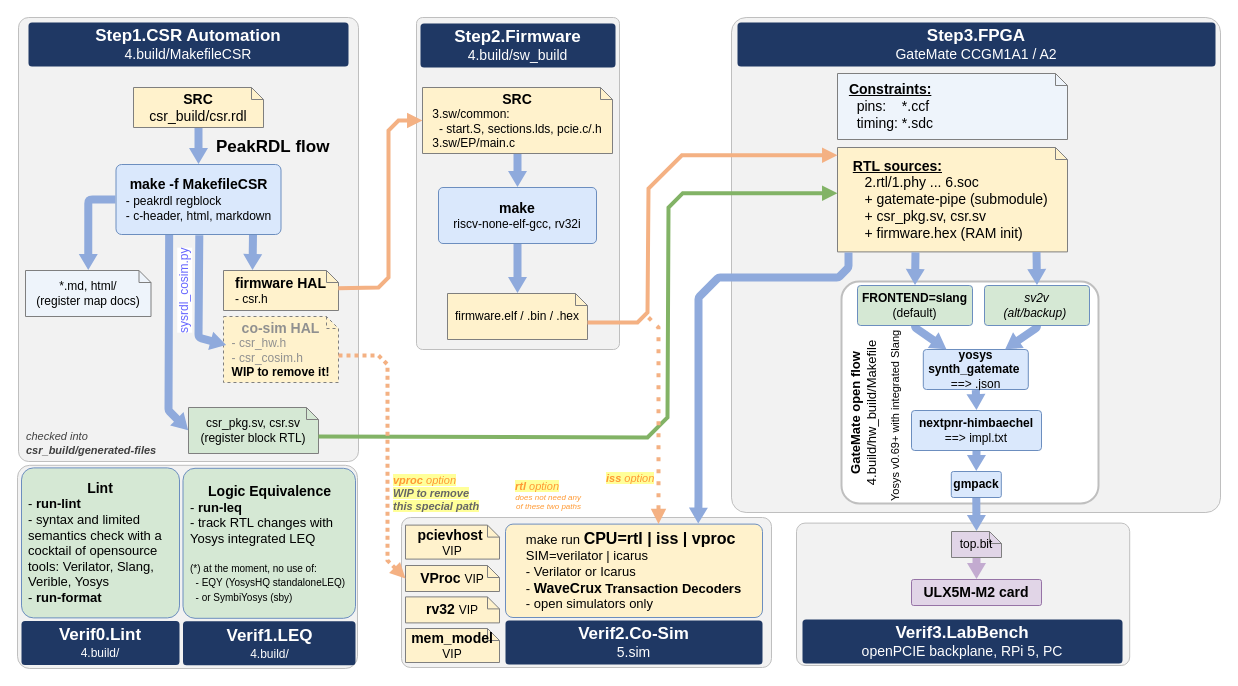
This is 0.doc/4.build/build-flow.drawio from chili-chips-ba/openCologne-PCIE, a draw.io file, before an edit. Source tidied: cells renumbered, new cells numbered last; positions are measured from the earlier drawing's top-left corner, leaving out a move shared by most shapes. Both pictures are drawn from the tidied source at 100%, with x=0, y=0 at pixel (17, 17).
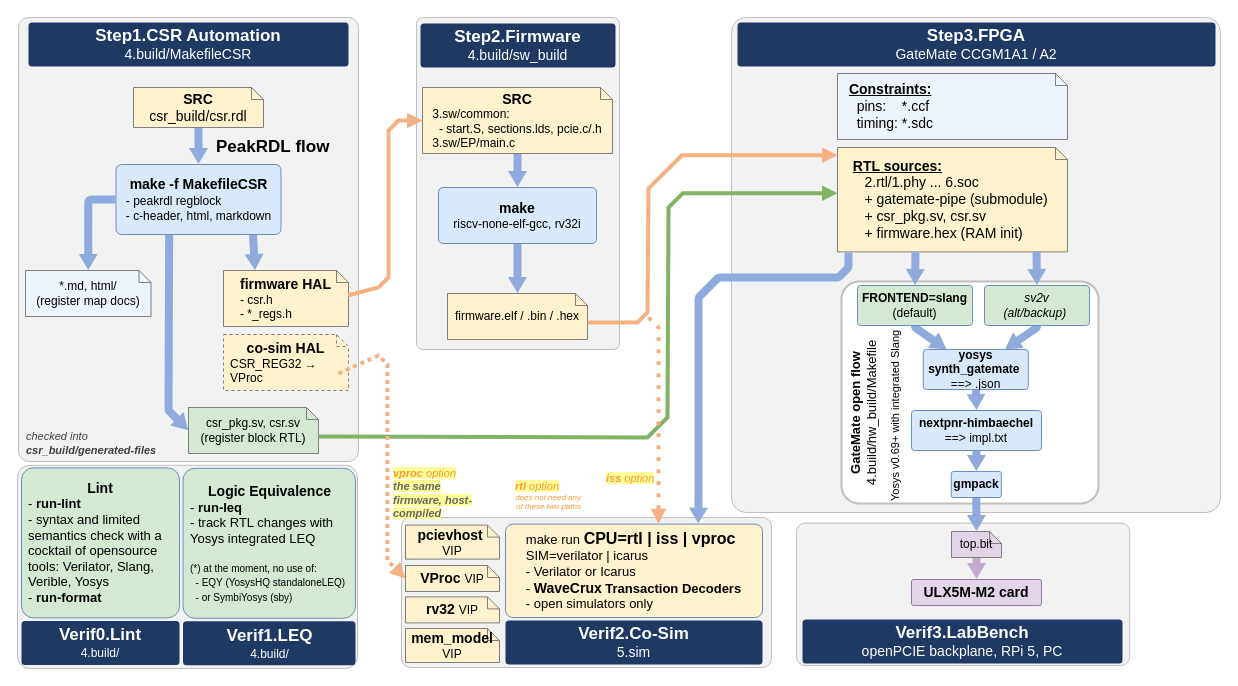
The same diagram, later.

Unchanged cells that the change refers to:
```xml
<mxCell id="7" value="&lt;font style=&quot;font-size: 14px;&quot;&gt;&lt;b style=&quot;&quot;&gt;make -f MakefileCSR&lt;/b&gt;&lt;br&gt;&lt;div style=&quot;text-align: left;&quot;&gt;&lt;span style=&quot;background-color: transparent; color: light-dark(rgb(0, 0, 0), rgb(237, 237, 237)); font-size: 12px;&quot;&gt;- peakrdl regblock&lt;/span&gt;&lt;/div&gt;&lt;/font&gt;&lt;div&gt;&lt;div style=&quot;text-align: left;&quot;&gt;&lt;span style=&quot;background-color: transparent; color: light-dark(rgb(0, 0, 0), rgb(237, 237, 237));&quot;&gt;- c-header, html, markdown&lt;/span&gt;&lt;/div&gt;&lt;/div&gt;" style="rounded=1;whiteSpace=wrap;html=1;arcSize=8;fillColor=#dae8fc;strokeColor=#6c8ebf;fontColor=#000000;fontSize=12;fontStyle=0;align=center;verticalAlign=middle;spacingLeft=6;spacingRight=6;points=[[0,0,1,0,0],[0,0.25,1,0,0],[0,0.5,1,0,0],[0,0.75,1,0,0],[0,1,1,0,0],[0.193939,1,0,0,0],[0.25,0,1,0,0],[0.322222,1,0,0,0],[0.5,0,1,0,0],[0.75,0,1,0,0],[0.830303,1,0,0,0],[1,0,1,0,0],[1,0.25,1,0,0],[1,0.5,1,0,0],[1,0.75,1,0,0],[1,1,1,0,0]];" parent="1" vertex="1">
  <mxGeometry x="98.5" y="147" width="165" height="70" as="geometry" />
</mxCell>
```

What changed in the source:
```diff
@@
-    <mxCell id="10" value="&lt;div&gt;&lt;b style=&quot;background-color: transparent; color: light-dark(rgb(0, 0, 0), rgb(237, 237, 237));&quot;&gt;&lt;font style=&quot;font-size: 14px;&quot;&gt;firmware HAL&lt;/font&gt;&lt;/b&gt;&lt;/div&gt;&lt;div style=&quot;text-align: left;&quot;&gt;&lt;span style=&quot;background-color: transparent; color: light-dark(rgb(0, 0, 0), rgb(237, 237, 237));&quot;&gt;- csr.h&lt;/span&gt;&lt;/div&gt;" style="rounded=0;whiteSpace=wrap;html=1;arcSize=8;fillColor=#fff2cc;strokeColor=#7f7f7f;fontColor=#000000;fontSize=12;fontStyle=0;align=center;verticalAlign=middle;spacingLeft=6;spacingRight=6;shape=note;size=12;points=[[0,0,0,0,0],[0,0,0,103,0],[0,0,0,109,6],[0,0,0,115,12],[0,0.5,0,0,0],[0,1,0,0,0],[0.252174,0,0,0,0],[0.5,0,0,0,0],[0.5,1,0,0,0],[1,0.5,0,0,0],[1,1,0,0,0]];" parent="1" vertex="1">
-      <mxGeometry x="206" y="253" width="115" height="40" as="geometry" />
+    <mxCell id="10" value="&lt;div&gt;&lt;b style=&quot;background-color: transparent; color: light-dark(rgb(0, 0, 0), rgb(237, 237, 237));&quot;&gt;&lt;font style=&quot;font-size: 14px;&quot;&gt;firmware HAL&lt;/font&gt;&lt;/b&gt;&lt;/div&gt;&lt;div style=&quot;text-align: left;&quot;&gt;&lt;span style=&quot;background-color: transparent; color: light-dark(rgb(0, 0, 0), rgb(237, 237, 237));&quot;&gt;- csr.h&lt;/span&gt;&lt;/div&gt;&lt;div style=&quot;text-align: left;&quot;&gt;&lt;span style=&quot;background-color: transparent; color: light-dark(rgb(0, 0, 0), rgb(237, 237, 237));&quot;&gt;- *_regs.h&lt;/span&gt;&lt;/div&gt;" style="rounded=0;whiteSpace=wrap;html=1;arcSize=8;fillColor=#fff2cc;strokeColor=#7f7f7f;fontColor=#000000;fontSize=12;fontStyle=0;align=center;verticalAlign=middle;spacingLeft=6;spacingRight=6;shape=note;size=12;points=[[0,0,0,0,0],[0,0,0,103,0],[0,0,0,109,6],[0,0,0,115,12],[0,0.5,0,0,0],[0,1,0,0,0],[0.252174,0,0,0,0],[0.5,0,0,0,0],[0.5,1,0,0,0],[1,0.5,0,0,0],[1,1,0,0,0]];" parent="1" vertex="1">
+      <mxGeometry x="206" y="253" width="125" height="56" as="geometry" />
     </mxCell>
@@
-    <mxCell id="45" value="&lt;div&gt;&lt;b style=&quot;background-color: transparent;&quot;&gt;&lt;font style=&quot;font-size: 14px; color: light-dark(rgb(144, 144, 144), rgb(237, 237, 237));&quot;&gt;co-sim HAL&lt;/font&gt;&lt;/b&gt;&lt;/div&gt;&lt;div style=&quot;text-align: left;&quot;&gt;&lt;span style=&quot;background-color: transparent; color: light-dark(rgb(144, 144, 144), rgb(237, 237, 237));&quot;&gt;- csr_hw.h&lt;/span&gt;&lt;/div&gt;&lt;div style=&quot;text-align: left;&quot;&gt;&lt;span style=&quot;color: light-dark(rgb(144, 144, 144), rgb(237, 237, 237));&quot;&gt;- csr_cosim.h&lt;/span&gt;&lt;br&gt;&lt;/div&gt;&lt;div style=&quot;text-align: left;&quot;&gt;&lt;b&gt;WIP to remove it!&lt;/b&gt;&lt;/div&gt;" style="rounded=0;whiteSpace=wrap;html=1;arcSize=8;fillColor=#fff2cc;strokeColor=#7f7f7f;fontColor=#000000;fontSize=12;fontStyle=0;align=center;verticalAlign=middle;spacingLeft=6;spacingRight=6;shape=note;size=12;dashed=1;" parent="1" vertex="1">
-      <mxGeometry x="206" y="299" width="115" height="66" as="geometry" />
+    <mxCell id="45" value="&lt;div&gt;&lt;b&gt;&lt;font style=&quot;font-size: 14px;&quot;&gt;co-sim HAL&lt;/font&gt;&lt;/b&gt;&lt;/div&gt;&lt;div style=&quot;text-align: left;&quot;&gt;CSR_REG32 → VProc&lt;/div&gt;" style="rounded=0;whiteSpace=wrap;html=1;arcSize=8;fillColor=#fff2cc;strokeColor=#7f7f7f;fontColor=#000000;fontSize=12;fontStyle=0;align=center;verticalAlign=middle;spacingLeft=6;spacingRight=6;shape=note;size=12;dashed=1;" parent="1" vertex="1">
+      <mxGeometry x="206" y="317" width="125" height="56" as="geometry" />
     </mxCell>
-    <mxCell id="46" style="shape=flexArrow;html=1;endArrow=block;endSize=5;startArrow=none;startSize=5;width=8;endWidth=10;startWidth=10;fillColor=#8faadc;strokeColor=none;fontColor=#ffffff;fontSize=13;fontStyle=1;exitX=0.505;exitY=1.003;exitDx=0;exitDy=0;entryX=0.027;entryY=0.435;entryDx=0;entryDy=0;entryPerimeter=0;exitPerimeter=0;" parent="1" edge="1" source="7" target="45">
-      <mxGeometry x="-0.33" relative="1" as="geometry">
-        <Array as="points">
-          <mxPoint x="181" y="320" />
-        </Array>
-      </mxGeometry>
-    </mxCell>
-    <mxCell id="47" value="&lt;div&gt;&lt;span style=&quot;font-size: 12px; text-align: left; white-space: normal; color: light-dark(rgb(102, 102, 255), rgb(255, 255, 255));&quot;&gt;sysrdl_cosim.py&lt;/span&gt;&lt;/div&gt;" style="edgeLabel;html=1;align=center;verticalAlign=middle;rotation=-90;" parent="46" vertex="1">
-      <mxGeometry x="-0.37" y="1" relative="1" as="geometry">
-        <mxPoint x="-16" y="15" as="offset" />
-      </mxGeometry>
-    </mxCell>
@@
-    <mxCell id="51" value="&lt;span style=&quot;background-color: rgb(255, 255, 153);&quot;&gt;&lt;b&gt;vproc&lt;/b&gt; option&lt;/span&gt;&lt;div&gt;&lt;span style=&quot;background-color: rgb(255, 255, 153); color: rgb(102, 102, 102);&quot;&gt;&lt;b&gt;WIP to remove this special path&lt;/b&gt;&lt;/span&gt;&lt;/div&gt;" style="rounded=0;whiteSpace=wrap;html=1;arcSize=8;fillColor=none;strokeColor=none;fontColor=#FF9933;fontSize=11;fontStyle=2;align=left;verticalAlign=middle;spacingLeft=6;spacingRight=6;" parent="1" vertex="1">
+    <mxCell id="51" value="&lt;span style=&quot;background-color: rgb(255, 255, 153);&quot;&gt;&lt;b&gt;vproc&lt;/b&gt; option&lt;/span&gt;&lt;div&gt;&lt;span style=&quot;background-color: rgb(255, 255, 153); color: rgb(102, 102, 102);&quot;&gt;&lt;b&gt;the same firmware, host-compiled&lt;/b&gt;&lt;/span&gt;&lt;/div&gt;" style="rounded=0;whiteSpace=wrap;html=1;arcSize=8;fillColor=none;strokeColor=none;fontColor=#FF9933;fontSize=11;fontStyle=2;align=left;verticalAlign=middle;spacingLeft=6;spacingRight=6;" parent="1" vertex="1">
       <mxGeometry x="368" y="466" width="105" height="20" as="geometry" />
     </mxCell>
```
